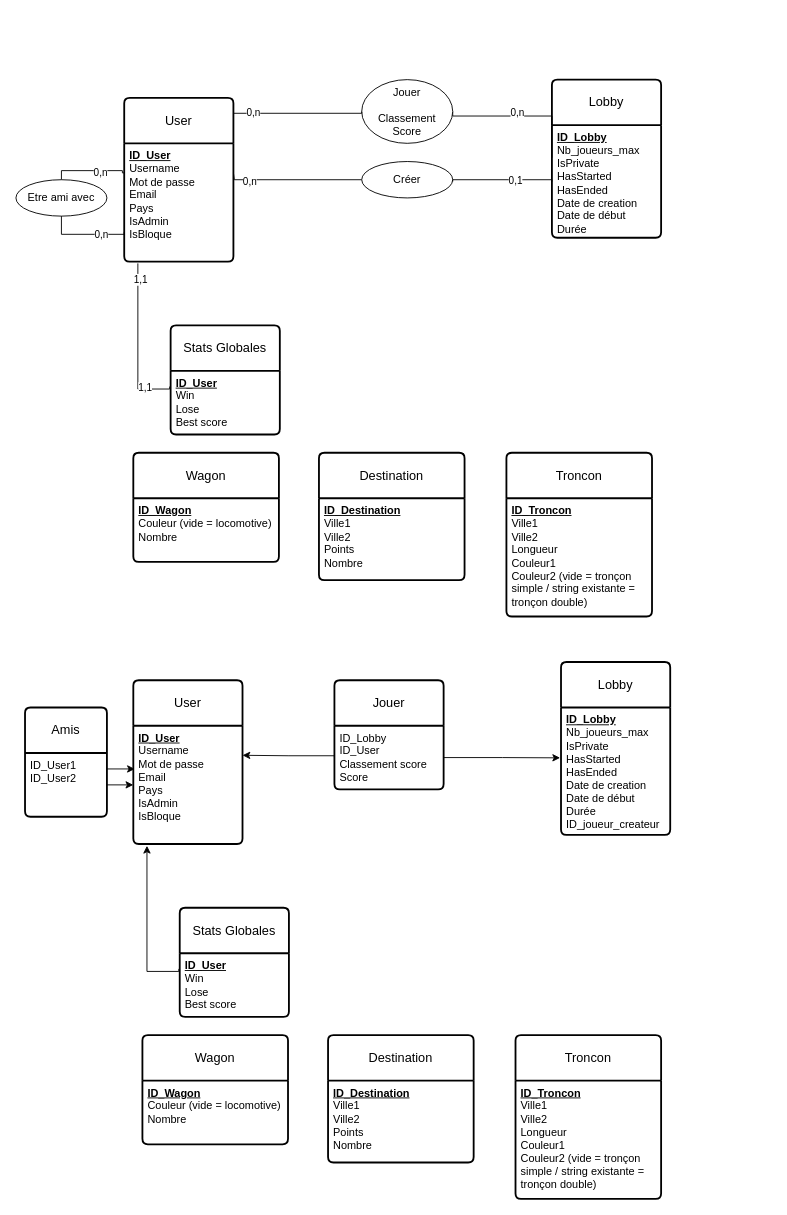
Before: MCD.drawio in Marty059/CDAW, a draw.io diagram. Source tidied: cells renumbered, new cells numbered last; positions are measured from the earlier drawing's top-left corner, leaving out a move shared by most shapes. Both pictures are drawn from the tidied source at 91%, with x=0, y=0 at pixel (15, 79).
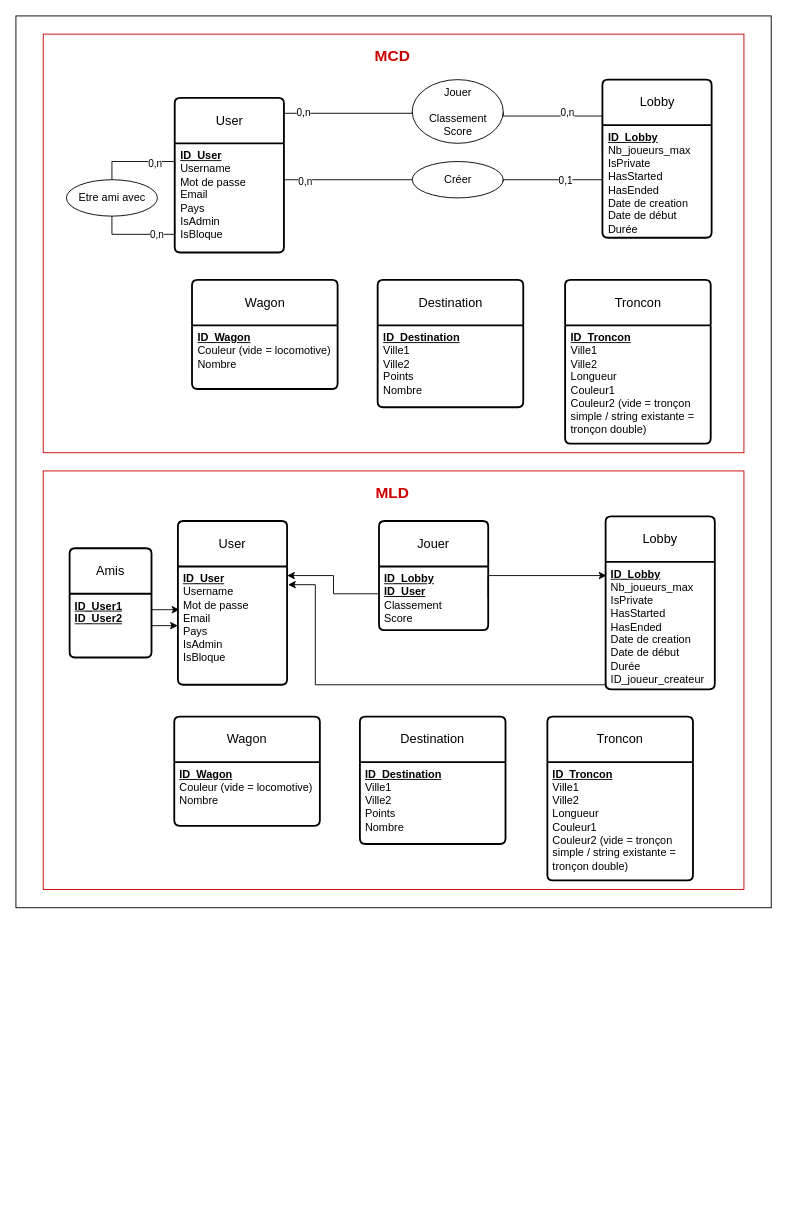
The same page after the edit.

Commit message:
Mettre à jour MCD.drawio

The change refers to these unchanged cells:
```xml
<mxCell id="33" value="&lt;b&gt;&lt;u&gt;ID_User&lt;/u&gt;&lt;/b&gt;&lt;br&gt;Username&lt;br&gt;Mot de passe&lt;br&gt;Email&lt;br&gt;Pays&lt;br&gt;IsAdmin&lt;br&gt;IsBloque" style="align=left;strokeColor=none;fillColor=none;spacingLeft=4;fontSize=12;verticalAlign=top;html=1;" parent="32" vertex="1">
  <mxGeometry y="50" width="120" height="130" as="geometry" />
</mxCell>
<mxCell id="35" value="&lt;b&gt;&lt;u&gt;ID_Lobby&lt;/u&gt;&lt;/b&gt;&lt;br&gt;Nb_joueurs_max&lt;br&gt;IsPrivate&lt;br&gt;HasStarted&lt;br&gt;HasEnded&lt;br&gt;Date de creation&lt;br&gt;Date de début&lt;br&gt;Durée&lt;div&gt;ID_joueur_createur&lt;/div&gt;" style="align=left;strokeColor=none;fillColor=none;spacingLeft=4;fontSize=12;verticalAlign=top;html=1;" parent="34" vertex="1">
  <mxGeometry y="50" width="120" height="140" as="geometry" />
</mxCell>
```

What changed in the source:
```diff
@@
     <mxCell id="2" value="User" style="swimlane;horizontal=1;startSize=50;rounded=1;fontSize=14;fontStyle=0;strokeWidth=2;shadow=0;dashed=0;align=center;arcSize=4;whiteSpace=wrap;html=1;" parent="1" vertex="1">
-      <mxGeometry x="119" y="20" width="120" height="180" as="geometry" />
+      <mxGeometry x="174.5" y="20" width="120" height="170" as="geometry" />
     </mxCell>
     <mxCell id="3" value="&lt;b&gt;&lt;u&gt;ID_User&lt;/u&gt;&lt;/b&gt;&lt;br&gt;Username&lt;br&gt;Mot de passe&lt;br&gt;Email&lt;br&gt;Pays&lt;br&gt;IsAdmin&lt;br&gt;IsBloque" style="align=left;strokeColor=none;fillColor=none;spacingLeft=4;fontSize=12;verticalAlign=top;html=1;" parent="2" vertex="1">
-      <mxGeometry y="50" width="120" height="130" as="geometry" />
+      <mxGeometry y="50" width="120" height="120" as="geometry" />
     </mxCell>
     <mxCell id="4" style="edgeStyle=orthogonalEdgeStyle;rounded=0;jettySize=auto;html=1;exitX=0.5;exitY=0;exitDx=0;exitDy=0;entryX=0;entryY=0.25;entryDx=0;entryDy=0;endArrow=none;endFill=0;" parent="1" edge="1" source="6" target="3">
       <mxGeometry relative="1" as="geometry">
         <Array as="points">
-          <mxPoint x="50" y="100" />
-          <mxPoint x="117" y="100" />
-          <mxPoint x="117" y="103" />
+          <mxPoint x="105.5" y="90" />
+          <mxPoint x="174.5" y="90" />
         </Array>
       </mxGeometry>
     </mxCell>
@@
     <mxCell id="6" value="Etre ami avec" style="ellipse;whiteSpace=wrap;html=1;align=center;" parent="1" vertex="1">
-      <mxGeometry y="110" width="100" height="40" as="geometry" />
+      <mxGeometry x="55.5" y="110" width="100" height="40" as="geometry" />
     </mxCell>
     <mxCell id="7" value="Lobby" style="swimlane;horizontal=1;startSize=50;rounded=1;fontSize=14;fontStyle=0;strokeWidth=2;shadow=0;dashed=0;align=center;arcSize=4;whiteSpace=wrap;html=1;" parent="1" vertex="1">
-      <mxGeometry x="589" width="120" height="173.8" as="geometry" />
+      <mxGeometry x="644.5" width="120" height="173.8" as="geometry" />
     </mxCell>
@@
-    <mxCell id="9" value="Stats Globales" style="swimlane;horizontal=1;startSize=50;rounded=1;fontSize=14;fontStyle=0;strokeWidth=2;shadow=0;dashed=0;align=center;arcSize=4;whiteSpace=wrap;html=1;" parent="1" vertex="1">
-      <mxGeometry x="170" y="270" width="120" height="120" as="geometry" />
-    </mxCell>
-    <mxCell id="10" value="&lt;b&gt;&lt;u&gt;ID_User&lt;br&gt;&lt;/u&gt;&lt;/b&gt;Win&lt;br&gt;Lose&lt;br&gt;Best score" style="align=left;strokeColor=none;fillColor=none;spacingLeft=4;fontSize=12;verticalAlign=top;html=1;" parent="9" vertex="1">
-      <mxGeometry y="50" width="120" height="70" as="geometry" />
-    </mxCell>
     <mxCell id="11" style="edgeStyle=orthogonalEdgeStyle;rounded=0;jettySize=auto;html=1;exitX=0;exitY=0.75;exitDx=0;exitDy=0;entryX=0.5;entryY=1;entryDx=0;entryDy=0;endArrow=none;endFill=0;" parent="1" edge="1" source="3" target="6">
       <mxGeometry relative="1" as="geometry">
         <Array as="points">
-          <mxPoint x="119" y="170" />
-          <mxPoint x="50" y="170" />
+          <mxPoint x="174.5" y="170" />
+          <mxPoint x="105.5" y="170" />
         </Array>
       </mxGeometry>
     </mxCell>
@@
     <mxCell id="13" style="edgeStyle=orthogonalEdgeStyle;rounded=0;jettySize=auto;html=1;entryX=0;entryY=0.25;entryDx=0;entryDy=0;endArrow=none;endFill=0;exitX=1;exitY=0.5;exitDx=0;exitDy=0;" parent="1" edge="1" source="15">
       <mxGeometry relative="1" as="geometry">
-        <mxPoint x="589" y="85.9" as="targetPoint" />
+        <mxPoint x="644.5" y="85.9" as="targetPoint" />
         <Array as="points">
-          <mxPoint x="480" y="40" />
-          <mxPoint x="589" y="40" />
+          <mxPoint x="535.5" y="40" />
+          <mxPoint x="644.5" y="40" />
         </Array>
       </mxGeometry>
     </mxCell>
@@
     <mxCell id="15" value="Jouer&lt;br&gt;&lt;br&gt;Classement&lt;br&gt;Score" style="ellipse;whiteSpace=wrap;html=1;align=center;" parent="1" vertex="1">
-      <mxGeometry x="380" width="100" height="70" as="geometry" />
+      <mxGeometry x="435.5" width="100" height="70" as="geometry" />
     </mxCell>
-    <mxCell id="16" style="edgeStyle=orthogonalEdgeStyle;rounded=0;jettySize=auto;html=1;exitX=0;exitY=0.25;exitDx=0;exitDy=0;entryX=0.125;entryY=1.015;entryDx=0;entryDy=0;entryPerimeter=0;endArrow=none;endFill=0;" parent="1" edge="1" source="10" target="3">
-      <mxGeometry relative="1" as="geometry">
-        <Array as="points">
-          <mxPoint x="169" y="340" />
-          <mxPoint x="134" y="340" />
-        </Array>
-      </mxGeometry>
-    </mxCell>
-    <mxCell id="17" value="1,1" style="edgeLabel;html=1;align=center;verticalAlign=middle;" parent="16" vertex="1">
-      <mxGeometry x="0.86" y="-2" relative="1" as="geometry">
-        <mxPoint y="5" as="offset" />
-      </mxGeometry>
-    </mxCell>
-    <mxCell id="18" value="1,1" style="edgeLabel;html=1;align=center;verticalAlign=middle;" parent="16" vertex="1">
-      <mxGeometry x="-0.64" y="-2" relative="1" as="geometry">
-        <mxPoint x="1" as="offset" />
-      </mxGeometry>
-    </mxCell>
     <mxCell id="19" value="Wagon" style="swimlane;horizontal=1;startSize=50;rounded=1;fontSize=14;fontStyle=0;strokeWidth=2;shadow=0;dashed=0;align=center;arcSize=4;whiteSpace=wrap;html=1;" parent="1" vertex="1">
-      <mxGeometry x="129" y="410" width="160" height="120" as="geometry" />
+      <mxGeometry x="193.5" y="220" width="160" height="120" as="geometry" />
     </mxCell>
@@
     <mxCell id="21" value="Destination" style="swimlane;horizontal=1;startSize=50;rounded=1;fontSize=14;fontStyle=0;strokeWidth=2;shadow=0;dashed=0;align=center;arcSize=4;whiteSpace=wrap;html=1;" parent="1" vertex="1">
-      <mxGeometry x="333" y="410" width="160" height="140" as="geometry" />
+      <mxGeometry x="397.5" y="220" width="160" height="140" as="geometry" />
     </mxCell>
@@
     <mxCell id="23" value="Troncon" style="swimlane;horizontal=1;startSize=50;rounded=1;fontSize=14;fontStyle=0;strokeWidth=2;shadow=0;dashed=0;align=center;arcSize=4;whiteSpace=wrap;html=1;" parent="1" vertex="1">
-      <mxGeometry x="539" y="410" width="160" height="180" as="geometry" />
+      <mxGeometry x="603.5" y="220" width="160" height="180" as="geometry" />
     </mxCell>
@@
     <mxCell id="25" style="edgeStyle=orthogonalEdgeStyle;rounded=0;jettySize=auto;html=1;exitX=0;exitY=0.5;exitDx=0;exitDy=0;endArrow=none;endFill=0;" parent="1" edge="1" source="15" target="2">
       <mxGeometry relative="1" as="geometry">
         <Array as="points">
-          <mxPoint x="380" y="37" />
+          <mxPoint x="435.5" y="37" />
         </Array>
       </mxGeometry>
     </mxCell>
@@
-    <mxCell id="27" style="edgeStyle=orthogonalEdgeStyle;rounded=0;jettySize=auto;html=1;exitX=0;exitY=0.5;exitDx=0;exitDy=0;entryX=1;entryY=0.25;entryDx=0;entryDy=0;endArrow=none;endFill=0;" parent="1" edge="1" source="29" target="3">
+    <mxCell id="27" style="edgeStyle=orthogonalEdgeStyle;rounded=0;jettySize=auto;html=1;exitX=0;exitY=0.5;exitDx=0;exitDy=0;endArrow=none;endFill=0;" parent="1" edge="1" source="29">
       <mxGeometry relative="1" as="geometry">
+        <mxPoint x="295.5" y="110" as="targetPoint" />
         <Array as="points">
-          <mxPoint x="240" y="110" />
+          <mxPoint x="295.5" y="110" />
         </Array>
       </mxGeometry>
     </mxCell>
@@
     <mxCell id="29" value="Créer" style="ellipse;whiteSpace=wrap;html=1;align=center;" parent="1" vertex="1">
-      <mxGeometry x="380" y="90" width="100" height="40" as="geometry" />
+      <mxGeometry x="435.5" y="90" width="100" height="40" as="geometry" />
     </mxCell>
     <mxCell id="30" style="edgeStyle=orthogonalEdgeStyle;rounded=0;orthogonalLoop=1;jettySize=auto;html=1;exitX=0;exitY=0.75;exitDx=0;exitDy=0;endArrow=none;endFill=0;" parent="1" edge="1">
       <mxGeometry relative="1" as="geometry">
-        <mxPoint x="589" y="112.1" as="sourcePoint" />
-        <mxPoint x="480" y="112" as="targetPoint" />
+        <mxPoint x="644.5" y="112.1" as="sourcePoint" />
+        <mxPoint x="535.5" y="112" as="targetPoint" />
         <Array as="points">
-          <mxPoint x="589" y="110" />
+          <mxPoint x="644.5" y="110" />
         </Array>
       </mxGeometry>
     </mxCell>
@@
     <mxCell id="32" value="User" style="swimlane;horizontal=1;startSize=50;rounded=1;fontSize=14;fontStyle=0;strokeWidth=2;shadow=0;dashed=0;align=center;arcSize=4;whiteSpace=wrap;html=1;" parent="1" vertex="1">
-      <mxGeometry x="129" y="660" width="120" height="180" as="geometry" />
+      <mxGeometry x="178" y="485" width="120" height="180" as="geometry" />
     </mxCell>
@@
     <mxCell id="34" value="Lobby" style="swimlane;horizontal=1;startSize=50;rounded=1;fontSize=14;fontStyle=0;strokeWidth=2;shadow=0;dashed=0;align=center;arcSize=4;whiteSpace=wrap;html=1;" parent="1" vertex="1">
-      <mxGeometry x="599" y="640" width="120" height="190" as="geometry" />
+      <mxGeometry x="648" y="480" width="120" height="190" as="geometry" />
     </mxCell>
@@
-    <mxCell id="36" value="Stats Globales" style="swimlane;horizontal=1;startSize=50;rounded=1;fontSize=14;fontStyle=0;strokeWidth=2;shadow=0;dashed=0;align=center;arcSize=4;whiteSpace=wrap;html=1;" parent="1" vertex="1">
-      <mxGeometry x="180" y="910" width="120" height="120" as="geometry" />
-    </mxCell>
-    <mxCell id="37" value="&lt;b&gt;&lt;u&gt;ID_User&lt;br&gt;&lt;/u&gt;&lt;/b&gt;Win&lt;br&gt;Lose&lt;br&gt;Best score" style="align=left;strokeColor=none;fillColor=none;spacingLeft=4;fontSize=12;verticalAlign=top;html=1;" parent="36" vertex="1">
-      <mxGeometry y="50" width="120" height="70" as="geometry" />
-    </mxCell>
-    <mxCell id="38" style="edgeStyle=orthogonalEdgeStyle;rounded=0;jettySize=auto;html=1;exitX=0;exitY=0.25;exitDx=0;exitDy=0;entryX=0.125;entryY=1.015;entryDx=0;entryDy=0;entryPerimeter=0;" parent="1" edge="1" source="37" target="33">
-      <mxGeometry relative="1" as="geometry">
-        <Array as="points">
-          <mxPoint x="179" y="980" />
-          <mxPoint x="144" y="980" />
-        </Array>
-      </mxGeometry>
-    </mxCell>
     <mxCell id="39" value="Wagon" style="swimlane;horizontal=1;startSize=50;rounded=1;fontSize=14;fontStyle=0;strokeWidth=2;shadow=0;dashed=0;align=center;arcSize=4;whiteSpace=wrap;html=1;" parent="1" vertex="1">
-      <mxGeometry x="139" y="1050" width="160" height="120" as="geometry" />
+      <mxGeometry x="174" y="700" width="160" height="120" as="geometry" />
     </mxCell>
@@
     <mxCell id="41" value="Destination" style="swimlane;horizontal=1;startSize=50;rounded=1;fontSize=14;fontStyle=0;strokeWidth=2;shadow=0;dashed=0;align=center;arcSize=4;whiteSpace=wrap;html=1;" parent="1" vertex="1">
-      <mxGeometry x="343" y="1050" width="160" height="140" as="geometry" />
+      <mxGeometry x="378" y="700" width="160" height="140" as="geometry" />
     </mxCell>
@@
     <mxCell id="43" value="Troncon" style="swimlane;horizontal=1;startSize=50;rounded=1;fontSize=14;fontStyle=0;strokeWidth=2;shadow=0;dashed=0;align=center;arcSize=4;whiteSpace=wrap;html=1;" parent="1" vertex="1">
-      <mxGeometry x="549" y="1050" width="160" height="180" as="geometry" />
+      <mxGeometry x="584" y="700" width="160" height="180" as="geometry" />
     </mxCell>
@@
     <mxCell id="45" value="Jouer" style="swimlane;horizontal=1;startSize=50;rounded=1;fontSize=14;fontStyle=0;strokeWidth=2;shadow=0;dashed=0;align=center;arcSize=4;whiteSpace=wrap;html=1;" parent="1" vertex="1">
-      <mxGeometry x="350" y="660" width="120" height="120" as="geometry" />
+      <mxGeometry x="399" y="485" width="120" height="120" as="geometry" />
     </mxCell>
-    <mxCell id="46" value="ID_Lobby&lt;br&gt;ID_User&lt;br&gt;Classement score&lt;br&gt;Score" style="align=left;strokeColor=none;fillColor=none;spacingLeft=4;fontSize=12;verticalAlign=top;html=1;" parent="45" vertex="1">
+    <mxCell id="46" value="&lt;b&gt;&lt;u&gt;ID_Lobby&lt;br&gt;ID_User&lt;br&gt;&lt;/u&gt;&lt;/b&gt;Classement&lt;div&gt;Score&lt;/div&gt;" style="align=left;strokeColor=none;fillColor=none;spacingLeft=4;fontSize=12;verticalAlign=top;html=1;" parent="45" vertex="1">
       <mxGeometry y="50" width="120" height="70" as="geometry" />
     </mxCell>
     <mxCell id="47" value="Amis" style="swimlane;horizontal=1;startSize=50;rounded=1;fontSize=14;fontStyle=0;strokeWidth=2;shadow=0;dashed=0;align=center;arcSize=4;whiteSpace=wrap;html=1;" parent="1" vertex="1">
-      <mxGeometry x="10" y="690" width="90" height="120" as="geometry" />
+      <mxGeometry x="59" y="515" width="90" height="120" as="geometry" />
     </mxCell>
-    <mxCell id="48" value="ID_User1&lt;br&gt;ID_User2" style="align=left;strokeColor=none;fillColor=none;spacingLeft=4;fontSize=12;verticalAlign=top;html=1;" parent="47" vertex="1">
+    <mxCell id="48" value="&lt;b&gt;&lt;u&gt;ID_User1&lt;br&gt;ID_User2&lt;/u&gt;&lt;/b&gt;" style="align=left;strokeColor=none;fillColor=none;spacingLeft=4;fontSize=12;verticalAlign=top;html=1;" parent="47" vertex="1">
       <mxGeometry y="50" width="90" height="70" as="geometry" />
     </mxCell>
@@
+    <mxCell id="52" style="edgeStyle=orthogonalEdgeStyle;rounded=0;jettySize=auto;html=1;exitX=1;exitY=0.5;exitDx=0;exitDy=0;" parent="1" edge="1" source="46">
+      <mxGeometry relative="1" as="geometry">
+        <mxPoint x="649" y="545" as="targetPoint" />
+        <Array as="points">
+          <mxPoint x="519" y="545" />
+          <mxPoint x="647" y="545" />
+        </Array>
+      </mxGeometry>
+    </mxCell>
-    <mxCell id="51" style="edgeStyle=orthogonalEdgeStyle;rounded=0;jettySize=auto;html=1;exitX=0;exitY=0.5;exitDx=0;exitDy=0;entryX=1;entryY=0.25;entryDx=0;entryDy=0;" parent="1" edge="1" source="46" target="33">
+    <mxCell id="51" style="edgeStyle=orthogonalEdgeStyle;rounded=0;jettySize=auto;html=1;" parent="1" edge="1" source="46" target="33">
       <mxGeometry relative="1" as="geometry">
         <Array as="points">
-          <mxPoint x="350" y="743" />
-          <mxPoint x="300" y="743" />
+          <mxPoint x="349" y="565" />
+          <mxPoint x="349" y="545" />
         </Array>
       </mxGeometry>
     </mxCell>
-    <mxCell id="52" style="edgeStyle=orthogonalEdgeStyle;rounded=0;jettySize=auto;html=1;exitX=1;exitY=0.5;exitDx=0;exitDy=0;entryX=-0.008;entryY=0.395;entryDx=0;entryDy=0;entryPerimeter=0;" parent="1" edge="1" source="46" target="35">
-      <mxGeometry relative="1" as="geometry" />
-    </mxCell>
+    <mxCell id="53" style="edgeStyle=orthogonalEdgeStyle;rounded=0;jettySize=auto;html=1;exitX=0;exitY=0.75;exitDx=0;exitDy=0;" parent="1" edge="1" source="35">
+      <mxGeometry relative="1" as="geometry">
+        <mxPoint x="299" y="555" as="targetPoint" />
+        <Array as="points">
+          <mxPoint x="648" y="665" />
+          <mxPoint x="329" y="665" />
+          <mxPoint x="329" y="555" />
+        </Array>
+      </mxGeometry>
+    </mxCell>
+    <mxCell id="54" style="rounded=0;whiteSpace=wrap;html=1;fillColor=none;strokeColor=#CC0000;" parent="1" vertex="1">
+      <mxGeometry x="30" y="-50" width="770" height="460" as="geometry" />
+    </mxCell>
+    <mxCell id="55" value="&lt;font color=&quot;#cc0000&quot; style=&quot;font-size: 17px;&quot;&gt;&lt;b&gt;MCD&lt;/b&gt;&lt;/font&gt;" style="text;html=1;align=center;verticalAlign=middle;whiteSpace=wrap;rounded=0;" parent="1" vertex="1">
+      <mxGeometry x="384" y="-40" width="60" height="30" as="geometry" />
+    </mxCell>
+    <mxCell id="56" style="rounded=0;whiteSpace=wrap;html=1;fillColor=none;strokeColor=#CC0000;" parent="1" vertex="1">
+      <mxGeometry x="30" y="430" width="770" height="460" as="geometry" />
+    </mxCell>
+    <mxCell id="57" value="&lt;font color=&quot;#cc0000&quot; style=&quot;font-size: 17px;&quot;&gt;&lt;b&gt;MLD&lt;/b&gt;&lt;/font&gt;" style="text;html=1;align=center;verticalAlign=middle;whiteSpace=wrap;rounded=0;" parent="1" vertex="1">
+      <mxGeometry x="384" y="440" width="60" height="30" as="geometry" />
+    </mxCell>
+    <mxCell id="58" style="rounded=0;whiteSpace=wrap;html=1;fillColor=none;" parent="1" vertex="1">
+      <mxGeometry y="-70" width="830" height="980" as="geometry" />
+    </mxCell>
```
